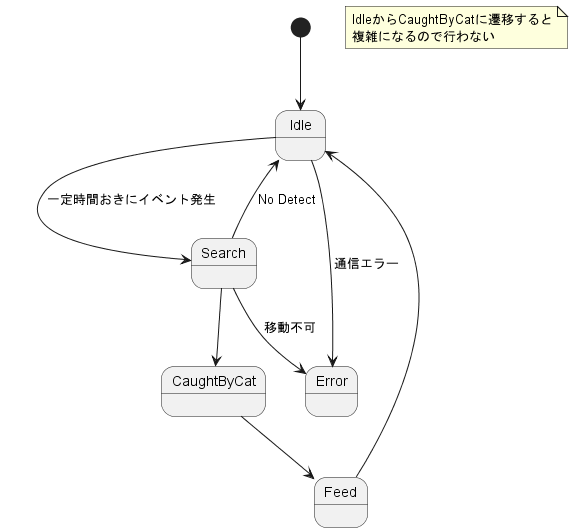
Earlier version of the PlantUML export uml/out/state_machine/all/all.png (yudai0804/cat-gpt).
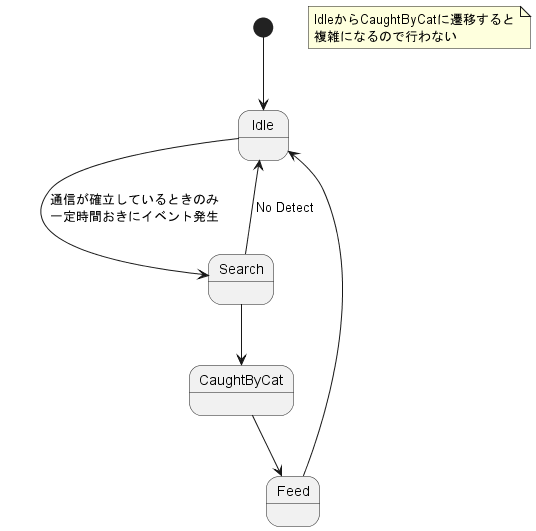
Above is the later version.

The edit, as a diff of the source:
```diff
@@ -1,11 +1,9 @@
 @startuml
 [*] --> Idle
 note "IdleからCaughtByCatに遷移すると\n複雑になるので行わない" as N1
-Idle --> Search : 一定時間おきにイベント発生
-Idle --> Error : 通信エラー
+Idle --> Search : 通信が確立しているときのみ\n一定時間おきにイベント発生
 Search --> Idle : No Detect
 Search --> CaughtByCat
-Search --> Error : 移動不可
 CaughtByCat --> Feed
 Feed --> Idle
 @enduml
```
